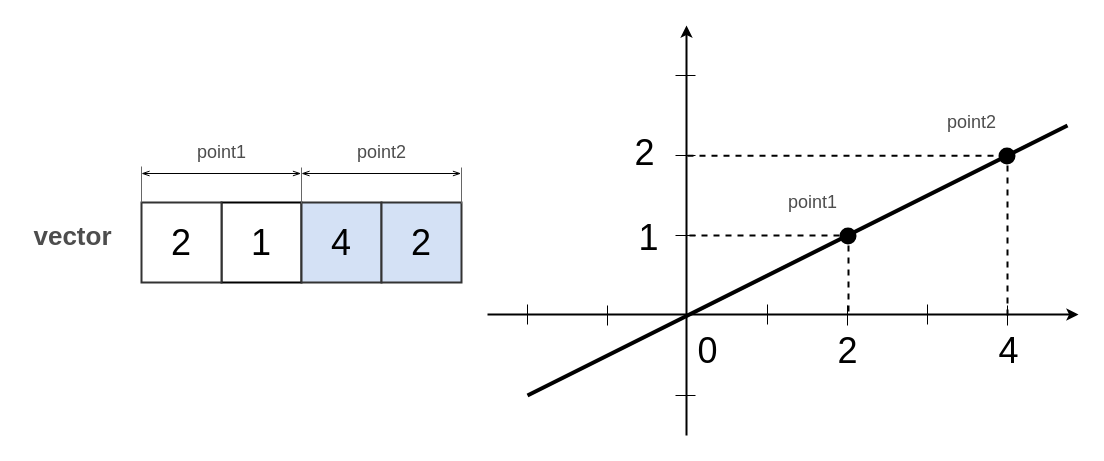
This is page "LinePoints" (7 of 17) of doc/img/MathModels.drawio from Wandalen/wMathModels, a draw.io file, before an edit. Source tidied: cells renumbered, new cells numbered last; positions are measured from the earlier drawing's top-left corner, leaving out a move shared by most shapes. Both pictures are drawn from the tidied source at 100%, with x=0, y=0 at pixel (17, 25).
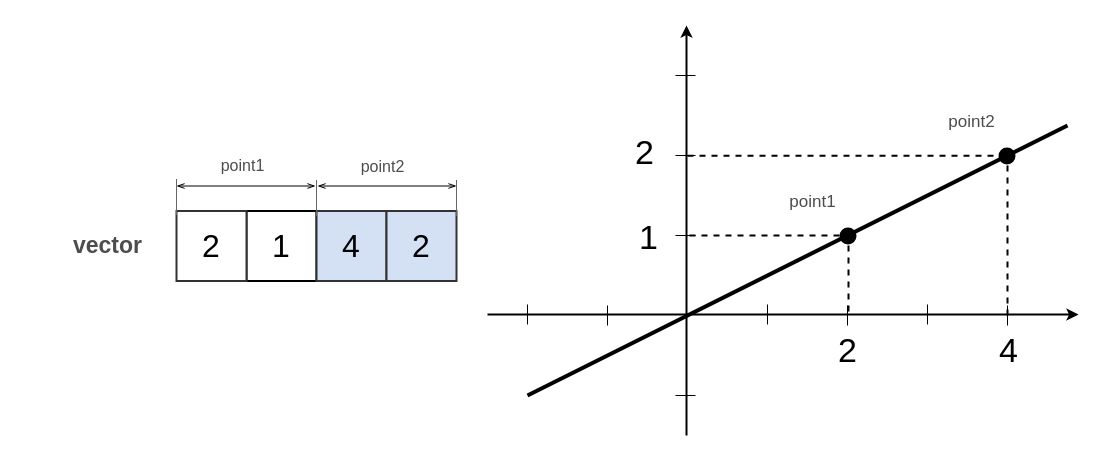
After the change.

The edit, as a diff of the source:
```diff
@@
-    <mxCell id="4" value="&lt;font style=&quot;font-size: 36px&quot;&gt;2&lt;/font&gt;" style="text;html=1;align=center;verticalAlign=middle;" parent="1" vertex="1">
-      <mxGeometry x="607" y="112" width="40" height="30" as="geometry" />
+    <mxCell id="4" value="&lt;font style=&quot;font-size: 34px;&quot;&gt;2&lt;/font&gt;" style="text;html=1;align=center;verticalAlign=middle;fontSize=34;" parent="1" vertex="1">
+      <mxGeometry x="607" y="102" width="40" height="50" as="geometry" />
     </mxCell>
@@
-    <mxCell id="14" value="&lt;font style=&quot;font-size: 36px&quot;&gt;0&lt;/font&gt;" style="text;html=1;align=center;verticalAlign=middle;" parent="1" vertex="1">
-      <mxGeometry x="670" y="310" width="40" height="30" as="geometry" />
-    </mxCell>
-    <mxCell id="15" value="&lt;font style=&quot;font-size: 36px&quot;&gt;4&lt;/font&gt;" style="text;html=1;align=center;verticalAlign=middle;" parent="1" vertex="1">
-      <mxGeometry x="970.5" y="310" width="40" height="30" as="geometry" />
+    <mxCell id="15" value="&lt;font style=&quot;font-size: 34px;&quot;&gt;4&lt;/font&gt;" style="text;html=1;align=center;verticalAlign=middle;fontSize=34;" parent="1" vertex="1">
+      <mxGeometry x="970.5" y="300" width="40" height="50" as="geometry" />
     </mxCell>
@@
-    <mxCell id="20" value="point2" style="text;html=1;align=center;verticalAlign=middle;fontSize=18;fontColor=#4D4D4D;" parent="1" vertex="1">
+    <mxCell id="20" value="point2" style="text;html=1;align=center;verticalAlign=middle;fontSize=17;fontColor=#4D4D4D;" parent="1" vertex="1">
       <mxGeometry x="919" y="82" width="70" height="30" as="geometry" />
     </mxCell>
@@
-    <mxCell id="23" value="&lt;font style=&quot;font-size: 36px&quot;&gt;1&lt;/font&gt;" style="text;html=1;align=center;verticalAlign=middle;" parent="1" vertex="1">
-      <mxGeometry x="614" y="198" width="34" height="27" as="geometry" />
+    <mxCell id="23" value="&lt;font style=&quot;font-size: 34px;&quot;&gt;1&lt;/font&gt;" style="text;html=1;align=center;verticalAlign=middle;fontSize=34;" parent="1" vertex="1">
+      <mxGeometry x="611" y="187" width="40" height="50" as="geometry" />
     </mxCell>
@@
-    <mxCell id="25" value="point1" style="text;html=1;align=center;verticalAlign=middle;fontSize=18;fontColor=#4D4D4D;" parent="1" vertex="1">
+    <mxCell id="25" value="point1" style="text;html=1;align=center;verticalAlign=middle;fontSize=17;fontColor=#4D4D4D;" parent="1" vertex="1">
       <mxGeometry x="760" y="162" width="70" height="30" as="geometry" />
     </mxCell>
-    <mxCell id="26" value="&lt;font style=&quot;font-size: 36px&quot;&gt;2&lt;/font&gt;" style="text;html=1;align=center;verticalAlign=middle;" parent="1" vertex="1">
-      <mxGeometry x="810" y="310" width="40" height="30" as="geometry" />
+    <mxCell id="26" value="&lt;font style=&quot;font-size: 34px;&quot;&gt;2&lt;/font&gt;" style="text;html=1;align=center;verticalAlign=middle;fontSize=34;" parent="1" vertex="1">
+      <mxGeometry x="810" y="300" width="40" height="50" as="geometry" />
     </mxCell>
+    <mxCell id="39" style="endArrow=none;dashed=1;html=1;strokeWidth=2;" parent="1" edge="1">
+      <mxGeometry relative="1" as="geometry">
+        <mxPoint x="670" y="130.2" as="sourcePoint" />
+        <mxPoint x="988" y="130.2" as="targetPoint" />
+      </mxGeometry>
+    </mxCell>
-    <mxCell id="27" value="1" style="whiteSpace=wrap;html=1;strokeWidth=2;fontSize=36;strokeColor=#000000;fillColor=#FFFFFF;" parent="1" vertex="1">
-      <mxGeometry x="204" y="177" width="80" height="80" as="geometry" />
+    <mxCell id="27" value="1" style="whiteSpace=wrap;html=1;strokeWidth=2;fontSize=32;strokeColor=#000000;fillColor=#FFFFFF;" parent="1" vertex="1">
+      <mxGeometry x="229" y="185.5" width="70" height="70" as="geometry" />
     </mxCell>
-    <mxCell id="28" value="4" style="whiteSpace=wrap;html=1;strokeWidth=2;fontSize=36;fillColor=#D4E1F5;strokeColor=#333333;" parent="1" vertex="1">
-      <mxGeometry x="284" y="177" width="80" height="80" as="geometry" />
+    <mxCell id="28" value="4" style="whiteSpace=wrap;html=1;strokeWidth=2;fontSize=32;fillColor=#D4E1F5;strokeColor=#333333;" parent="1" vertex="1">
+      <mxGeometry x="299" y="185.5" width="70" height="70" as="geometry" />
     </mxCell>
-    <mxCell id="29" value="2" style="whiteSpace=wrap;html=1;strokeWidth=2;fontSize=36;strokeColor=#333333;fillColor=#D4E1F5;" parent="1" vertex="1">
-      <mxGeometry x="364" y="177" width="80" height="80" as="geometry" />
-    </mxCell>
+    <mxCell id="40" value="2" style="whiteSpace=wrap;html=1;strokeWidth=2;fontSize=32;strokeColor=#333333;fillColor=#D4E1F5;" parent="1" vertex="1">
+      <mxGeometry x="369" y="185.5" width="70" height="70" as="geometry" />
+    </mxCell>
-    <mxCell id="30" value="vector" style="text;html=1;align=center;verticalAlign=middle;fontSize=26;fontColor=#4D4D4D;fontStyle=1;" parent="1" vertex="1">
-      <mxGeometry y="191" width="110" height="40" as="geometry" />
+    <mxCell id="30" value="vector" style="text;html=1;align=center;verticalAlign=middle;fontSize=23;fontColor=#4D4D4D;fontStyle=1;" parent="1" vertex="1">
+      <mxGeometry x="40" y="205" width="100" height="30" as="geometry" />
     </mxCell>
-    <mxCell id="31" value="point1" style="text;html=1;align=center;verticalAlign=middle;fontSize=18;fontColor=#4D4D4D;" parent="1" vertex="1">
-      <mxGeometry x="169" y="112" width="70" height="30" as="geometry" />
+    <mxCell id="31" value="point1" style="text;html=1;align=center;verticalAlign=middle;fontSize=16;fontColor=#4D4D4D;" parent="1" vertex="1">
+      <mxGeometry x="190" y="130" width="70" height="20" as="geometry" />
     </mxCell>
-    <mxCell id="32" value="2" style="whiteSpace=wrap;html=1;strokeWidth=2;fontSize=36;fillColor=#FFFFFF;strokeColor=#333333;" parent="1" vertex="1">
-      <mxGeometry x="124" y="177" width="80" height="80" as="geometry" />
-    </mxCell>
-    <mxCell id="33" style="endArrow=openThin;startArrow=openThin;html=1;strokeColor=#000000;strokeWidth=1;fontSize=26;fontColor=#333333;startFill=0;endFill=0;" parent="1" edge="1">
-      <mxGeometry relative="1" as="geometry">
-        <mxPoint x="124" y="148" as="sourcePoint" />
-        <mxPoint x="283.5" y="148" as="targetPoint" />
-      </mxGeometry>
-    </mxCell>
-    <mxCell id="34" style="endArrow=none;html=1;strokeColor=#666666;strokeWidth=1;fontSize=26;fontColor=#333333;exitX=0;exitY=0;exitDx=0;exitDy=0;" parent="1" edge="1">
-      <mxGeometry relative="1" as="geometry">
-        <mxPoint x="124" y="177" as="sourcePoint" />
-        <mxPoint x="124" y="141" as="targetPoint" />
-      </mxGeometry>
-    </mxCell>
-    <mxCell id="35" style="endArrow=none;html=1;strokeColor=#666666;strokeWidth=1;fontSize=26;fontColor=#333333;exitX=0;exitY=0;exitDx=0;exitDy=0;" parent="1" edge="1">
-      <mxGeometry relative="1" as="geometry">
-        <mxPoint x="284" y="178" as="sourcePoint" />
-        <mxPoint x="284" y="142" as="targetPoint" />
-      </mxGeometry>
-    </mxCell>
+    <mxCell id="41" value="2" style="whiteSpace=wrap;html=1;strokeWidth=2;fontSize=32;fillColor=#FFFFFF;strokeColor=#333333;" parent="1" vertex="1">
+      <mxGeometry x="159" y="185.5" width="70" height="70" as="geometry" />
+    </mxCell>
+    <mxCell id="42" style="endArrow=openThin;startArrow=openThin;html=1;strokeColor=#000000;strokeWidth=1;fontSize=26;fontColor=#333333;startFill=0;endFill=0;" parent="1" edge="1">
+      <mxGeometry relative="1" as="geometry">
+        <mxPoint x="159" y="160.5" as="sourcePoint" />
+        <mxPoint x="298" y="160.5" as="targetPoint" />
+      </mxGeometry>
+    </mxCell>
+    <mxCell id="43" style="endArrow=none;html=1;strokeColor=#666666;strokeWidth=1;fontSize=26;fontColor=#333333;exitX=0;exitY=0;exitDx=0;exitDy=0;" parent="1" edge="1">
+      <mxGeometry relative="1" as="geometry">
+        <mxPoint x="159" y="189.5" as="sourcePoint" />
+        <mxPoint x="159" y="153.5" as="targetPoint" />
+      </mxGeometry>
+    </mxCell>
+    <mxCell id="44" style="endArrow=none;html=1;strokeColor=#666666;strokeWidth=1;fontSize=26;fontColor=#333333;exitX=0;exitY=0;exitDx=0;exitDy=0;" parent="1" edge="1">
+      <mxGeometry relative="1" as="geometry">
+        <mxPoint x="299" y="190.5" as="sourcePoint" />
+        <mxPoint x="299" y="154.5" as="targetPoint" />
+      </mxGeometry>
+    </mxCell>
-    <mxCell id="36" value="point2" style="text;html=1;align=center;verticalAlign=middle;fontSize=18;fontColor=#4D4D4D;" parent="1" vertex="1">
-      <mxGeometry x="329" y="112" width="70" height="30" as="geometry" />
+    <mxCell id="36" value="point2" style="text;html=1;align=center;verticalAlign=middle;fontSize=16;fontColor=#4D4D4D;" parent="1" vertex="1">
+      <mxGeometry x="330" y="130.5" width="70" height="20" as="geometry" />
     </mxCell>
-    <mxCell id="37" style="endArrow=openThin;startArrow=openThin;html=1;strokeColor=#000000;strokeWidth=1;fontSize=26;fontColor=#333333;startFill=0;endFill=0;" parent="1" edge="1">
-      <mxGeometry relative="1" as="geometry">
-        <mxPoint x="284" y="148" as="sourcePoint" />
-        <mxPoint x="443.5" y="148" as="targetPoint" />
-      </mxGeometry>
-    </mxCell>
-    <mxCell id="38" style="endArrow=none;html=1;strokeColor=#666666;strokeWidth=1;fontSize=26;fontColor=#333333;exitX=0;exitY=0;exitDx=0;exitDy=0;" parent="1" edge="1">
-      <mxGeometry relative="1" as="geometry">
-        <mxPoint x="444" y="178" as="sourcePoint" />
-        <mxPoint x="444" y="142" as="targetPoint" />
-      </mxGeometry>
-    </mxCell>
-    <mxCell id="39" style="endArrow=none;dashed=1;html=1;strokeWidth=2;" parent="1" edge="1">
-      <mxGeometry relative="1" as="geometry">
-        <mxPoint x="670" y="130.2" as="sourcePoint" />
-        <mxPoint x="988" y="130.2" as="targetPoint" />
-      </mxGeometry>
-    </mxCell>
+    <mxCell id="45" style="endArrow=openThin;startArrow=openThin;html=1;strokeColor=#000000;strokeWidth=1;fontSize=26;fontColor=#333333;startFill=0;endFill=0;" parent="1" edge="1">
+      <mxGeometry relative="1" as="geometry">
+        <mxPoint x="300" y="160.5" as="sourcePoint" />
+        <mxPoint x="439" y="160.5" as="targetPoint" />
+      </mxGeometry>
+    </mxCell>
+    <mxCell id="46" style="endArrow=none;html=1;strokeColor=#666666;strokeWidth=1;fontSize=26;fontColor=#333333;exitX=0;exitY=0;exitDx=0;exitDy=0;" parent="1" edge="1">
+      <mxGeometry relative="1" as="geometry">
+        <mxPoint x="439" y="190.5" as="sourcePoint" />
+        <mxPoint x="439" y="154.5" as="targetPoint" />
+      </mxGeometry>
+    </mxCell>
```
